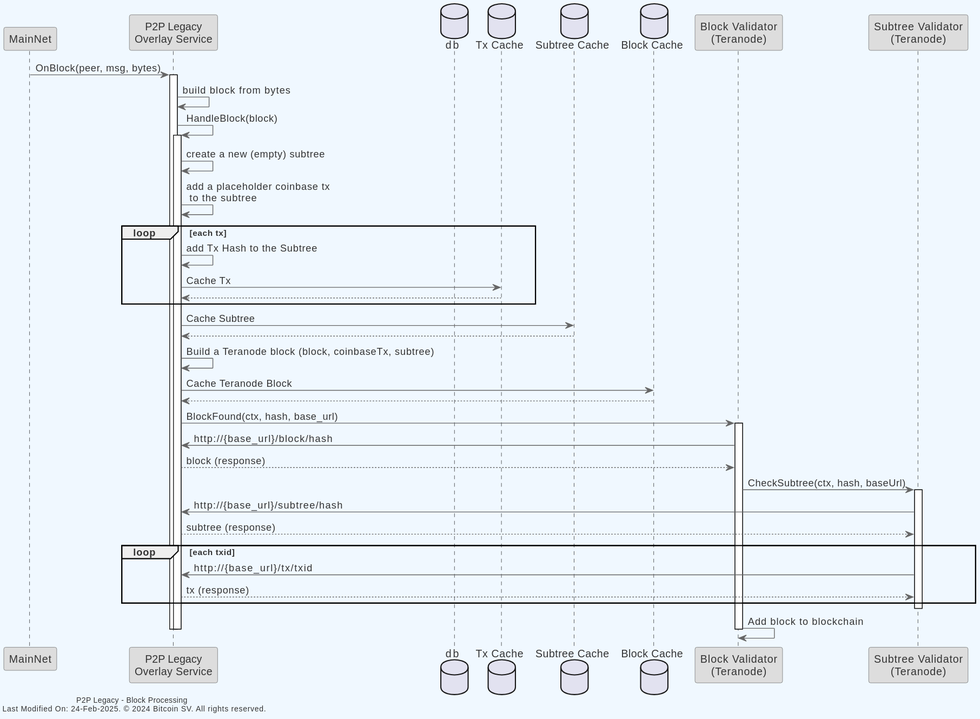
Earlier version of the PlantUML export docs/topics/services/img/plantuml/legacyp2p/legacy_p2p_bsv_to_teranode_process_new_blocks.svg (freemans13/teranode).
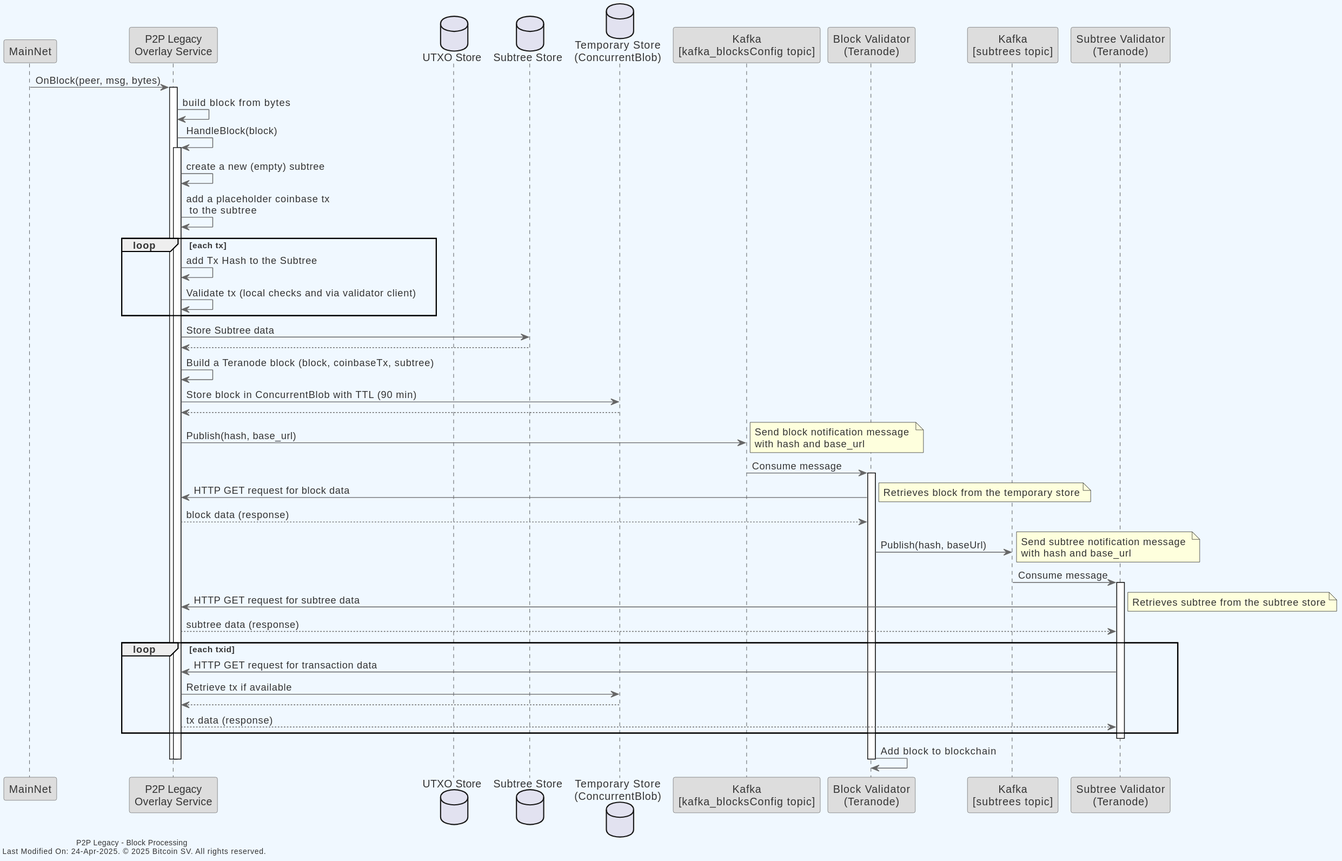
After the change.

Diff of the diagram source:
```diff
@@ -23,11 +23,12 @@
 
 participant MainNet as mainnet
 participant "P2P Legacy\nOverlay Service" as legacy
-database db
-database "Tx Cache" as txCache
-database "Subtree Cache" as subtreeCache
-database "Block Cache" as blockCache
+database "UTXO Store" as utxoStore
+database "Subtree Store" as subtreeStore
+database "Temporary Store\n(ConcurrentBlob)" as tempStore
+participant "Kafka\n[kafka_blocksConfig topic]" as kafkaBlock
 participant "Block Validator\n(Teranode)" as blockValidator
+participant "Kafka\n[subtrees topic]" as kafkaSubtree
 participant "Subtree Validator\n(Teranode)" as subtreeValidator
 
 mainnet -> legacy : OnBlock(peer, msg, bytes)
@@ -43,37 +44,45 @@
 
 loop each tx
     legacy -> legacy: add Tx Hash to the Subtree
-    legacy -> txCache: Cache Tx
-    txCache --> legacy
+    legacy -> legacy: Validate tx (local checks and via validator client)
 end
 
-legacy -> subtreeCache: Cache Subtree
-subtreeCache --> legacy
+legacy -> subtreeStore: Store Subtree data
+subtreeStore --> legacy
 
 legacy -> legacy: Build a Teranode block (block, coinbaseTx, subtree)
 
-legacy -> blockCache: Cache Teranode Block
-blockCache --> legacy
+legacy -> tempStore: Store block in ConcurrentBlob with TTL (90 min)
+tempStore --> legacy
 
-legacy -> blockValidator: BlockFound(ctx, hash, base_url)
+legacy -> kafkaBlock: Publish(hash, base_url)
+note right: Send block notification message \nwith hash and base_url
+
+kafkaBlock -> blockValidator: Consume message
 activate blockValidator
 
-blockValidator -> legacy: http://{base_url}/block/hash
+blockValidator -> legacy: HTTP GET request for block data
+note right: Retrieves block from the temporary store
 
-legacy --> blockValidator: block (response)
+legacy --> blockValidator: block data (response)
 
-blockValidator -> subtreeValidator: CheckSubtree(ctx, hash, baseUrl)
+blockValidator -> kafkaSubtree: Publish(hash, baseUrl)
+note right: Send subtree notification message \nwith hash and base_url
 
+kafkaSubtree -> subtreeValidator: Consume message
 activate subtreeValidator
 
-subtreeValidator -> legacy: http://{base_url}/subtree/hash
+subtreeValidator -> legacy: HTTP GET request for subtree data
+note right: Retrieves subtree from the subtree store
 
-legacy --> subtreeValidator: subtree (response)
+legacy --> subtreeValidator: subtree data (response)
 
 
 loop each txid
-    subtreeValidator -> legacy: http://{base_url}/tx/txid
-    legacy --> subtreeValidator: tx (response)
+    subtreeValidator -> legacy: HTTP GET request for transaction data
+    legacy -> tempStore: Retrieve tx if available
+    tempStore --> legacy
+    legacy --> subtreeValidator: tx data (response)
 end
 
 deactivate subtreeValidator
@@ -86,5 +95,5 @@
 
 deactivate legacy
 
-left footer "P2P Legacy - Block Processing \n Last Modified On: %date("dd-MMM-yyyy"). © 2024 Bitcoin SV. All rights reserved."
+left footer "P2P Legacy - Block Processing \n Last Modified On: %date("dd-MMM-yyyy"). © 2025 Bitcoin SV. All rights reserved."
 @enduml
```
